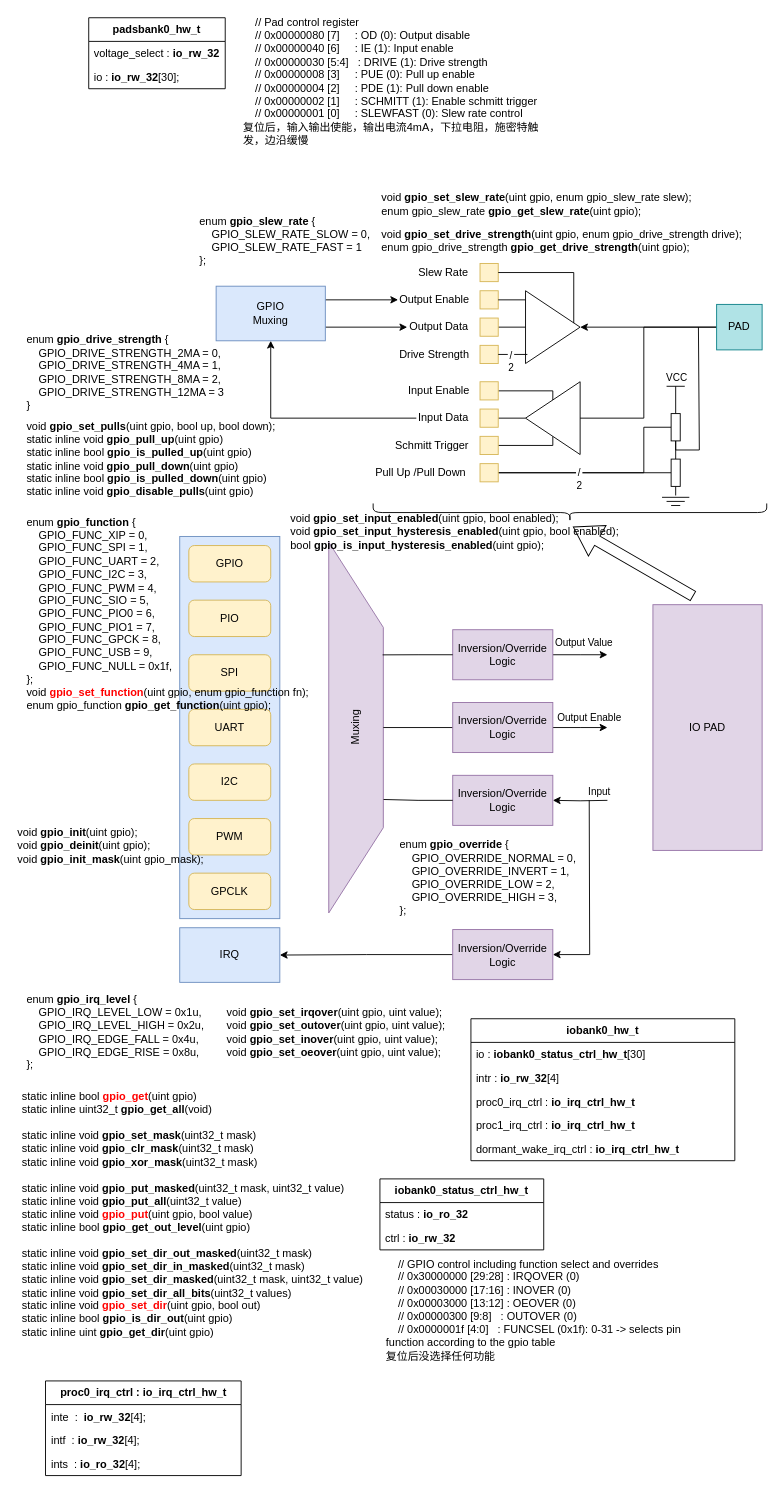
This is rp2040.drawio from f23505106/drawio, a draw.io file, before an edit. Source tidied: cells renumbered, new cells numbered last; positions are measured from the earlier drawing's top-left corner, leaving out a move shared by most shapes. Both pictures are drawn from the tidied source at 91%, with x=0, y=0 at pixel (15, 17).
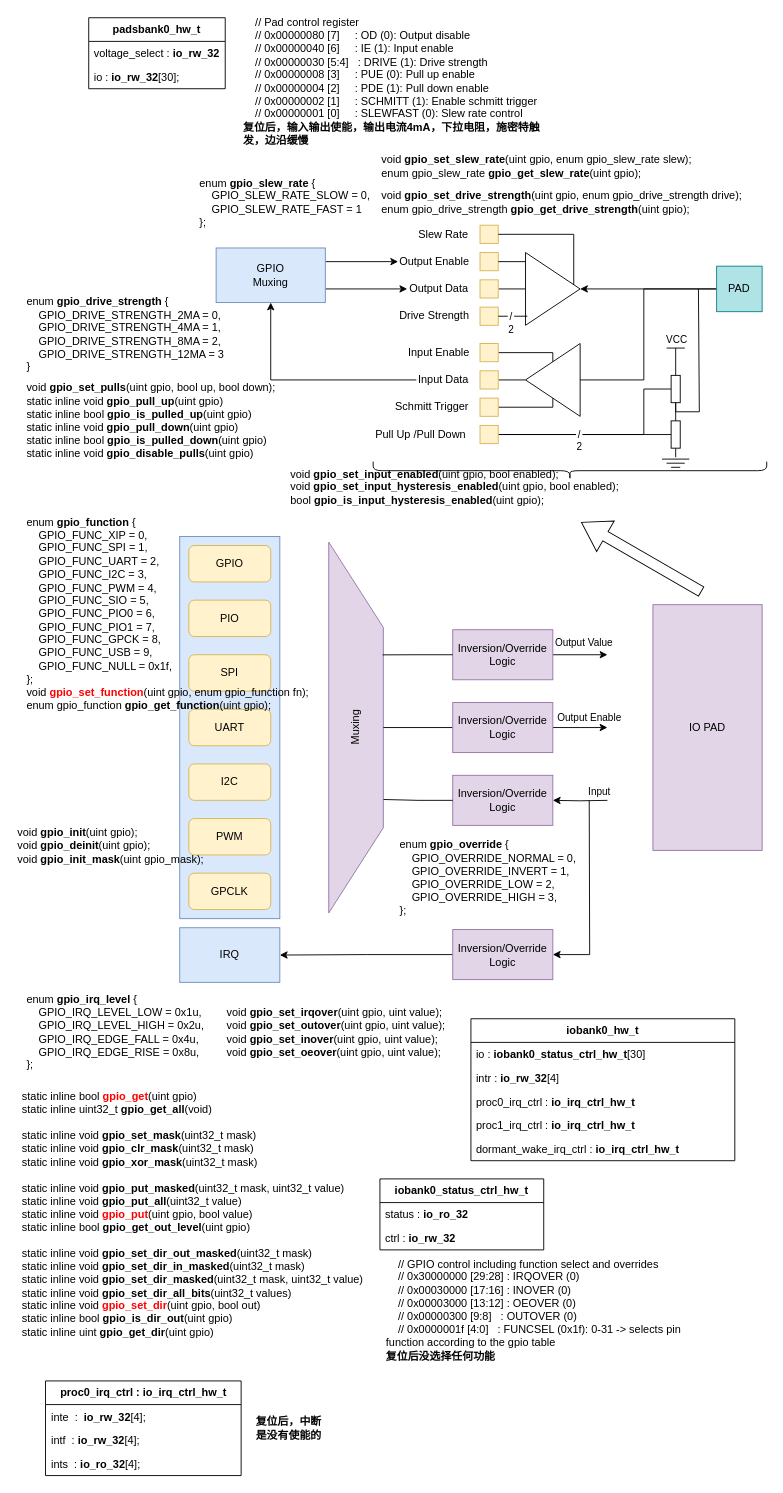
After the change.

Diff of the diagram source:
```diff
@@
     <mxCell id="33" value="GPIO&lt;br&gt;Muxing" style="rounded=0;whiteSpace=wrap;html=1;fillColor=#dae8fc;strokeColor=#6c8ebf;" parent="1" vertex="1">
-      <mxGeometry x="220" y="295" width="120" height="60" as="geometry" />
+      <mxGeometry x="220" y="253" width="120" height="60" as="geometry" />
     </mxCell>
     <mxCell id="34" style="triangle;whiteSpace=wrap;html=1;" parent="1" vertex="1">
-      <mxGeometry x="560" y="300" width="60" height="80" as="geometry" />
+      <mxGeometry x="560" y="258" width="60" height="80" as="geometry" />
     </mxCell>
     <mxCell id="35" style="rounded=0;whiteSpace=wrap;html=1;fillColor=#fff2cc;strokeColor=#d6b656;" parent="1" vertex="1">
-      <mxGeometry x="510" y="270" width="20" height="20" as="geometry" />
+      <mxGeometry x="510" y="228" width="20" height="20" as="geometry" />
     </mxCell>
     <mxCell id="36" style="rounded=0;whiteSpace=wrap;html=1;fillColor=#fff2cc;strokeColor=#d6b656;" parent="1" vertex="1">
-      <mxGeometry x="510" y="300" width="20" height="20" as="geometry" />
+      <mxGeometry x="510" y="258" width="20" height="20" as="geometry" />
     </mxCell>
@@
     <mxCell id="38" style="rounded=0;whiteSpace=wrap;html=1;fillColor=#fff2cc;strokeColor=#d6b656;" parent="1" vertex="1">
-      <mxGeometry x="510" y="330" width="20" height="20" as="geometry" />
+      <mxGeometry x="510" y="288" width="20" height="20" as="geometry" />
     </mxCell>
     <mxCell id="39" style="rounded=0;whiteSpace=wrap;html=1;fillColor=#fff2cc;strokeColor=#d6b656;" parent="1" vertex="1">
-      <mxGeometry x="510" y="360" width="20" height="20" as="geometry" />
+      <mxGeometry x="510" y="318" width="20" height="20" as="geometry" />
     </mxCell>
@@
     <mxCell id="44" value="Slew Rate" style="text;html=1;strokeColor=none;fillColor=none;align=center;verticalAlign=middle;whiteSpace=wrap;rounded=0;" parent="1" vertex="1">
-      <mxGeometry x="440" y="270" width="60" height="20" as="geometry" />
+      <mxGeometry x="440" y="228" width="60" height="20" as="geometry" />
     </mxCell>
     <mxCell id="45" value="Output Enable" style="text;html=1;strokeColor=none;fillColor=none;align=center;verticalAlign=middle;whiteSpace=wrap;rounded=0;" parent="1" vertex="1">
-      <mxGeometry x="420" y="300" width="80" height="20" as="geometry" />
+      <mxGeometry x="420" y="258" width="80" height="20" as="geometry" />
     </mxCell>
     <mxCell id="46" value="Output Data" style="text;html=1;strokeColor=none;fillColor=none;align=center;verticalAlign=middle;whiteSpace=wrap;rounded=0;" parent="1" vertex="1">
-      <mxGeometry x="430" y="330" width="70" height="20" as="geometry" />
+      <mxGeometry x="430" y="288" width="70" height="20" as="geometry" />
     </mxCell>
     <mxCell id="47" value="Drive Strength" style="text;html=1;strokeColor=none;fillColor=none;align=center;verticalAlign=middle;whiteSpace=wrap;rounded=0;" parent="1" vertex="1">
-      <mxGeometry x="420" y="360" width="80" height="20" as="geometry" />
+      <mxGeometry x="420" y="318" width="80" height="20" as="geometry" />
     </mxCell>
     <mxCell id="48" style="edgeStyle=orthogonalEdgeStyle;rounded=0;jettySize=auto;html=1;exitX=0.5;exitY=1;exitDx=0;exitDy=0;entryX=1;entryY=0.5;entryDx=0;entryDy=0;endArrow=none;endFill=0;" parent="1" edge="1" source="51" target="57">
       <mxGeometry relative="1" as="geometry">
         <Array as="points">
-          <mxPoint x="590" y="410" />
+          <mxPoint x="590" y="368" />
         </Array>
       </mxGeometry>
     </mxCell>
     <mxCell id="49" style="edgeStyle=orthogonalEdgeStyle;rounded=0;jettySize=auto;html=1;exitX=0.5;exitY=0;exitDx=0;exitDy=0;entryX=1;entryY=0.5;entryDx=0;entryDy=0;endArrow=none;endFill=0;" parent="1" edge="1" source="51" target="55">
       <mxGeometry relative="1" as="geometry">
         <Array as="points">
-          <mxPoint x="590" y="470" />
+          <mxPoint x="590" y="428" />
         </Array>
       </mxGeometry>
     </mxCell>
@@
     <mxCell id="51" style="triangle;whiteSpace=wrap;html=1;rotation=-180;" parent="1" vertex="1">
-      <mxGeometry x="560" y="400" width="60" height="80" as="geometry" />
+      <mxGeometry x="560" y="358" width="60" height="80" as="geometry" />
     </mxCell>
@@
     <mxCell id="53" style="edgeStyle=orthogonalEdgeStyle;rounded=0;jettySize=auto;html=1;exitX=0;exitY=0.5;exitDx=0;exitDy=0;entryX=0;entryY=0.5;entryDx=0;entryDy=0;endArrow=none;endFill=0;" parent="1" edge="1" source="54" target="51">
       <mxGeometry relative="1" as="geometry">
         <Array as="points">
-          <mxPoint x="690" y="340" />
-          <mxPoint x="690" y="440" />
+          <mxPoint x="690" y="298" />
+          <mxPoint x="690" y="398" />
         </Array>
       </mxGeometry>
     </mxCell>
     <mxCell id="54" value="PAD" style="rounded=0;whiteSpace=wrap;html=1;fillColor=#b0e3e6;strokeColor=#0e8088;" parent="1" vertex="1">
-      <mxGeometry x="770" y="315" width="50" height="50" as="geometry" />
+      <mxGeometry x="770" y="273" width="50" height="50" as="geometry" />
     </mxCell>
     <mxCell id="55" style="rounded=0;whiteSpace=wrap;html=1;fillColor=#fff2cc;strokeColor=#d6b656;" parent="1" vertex="1">
-      <mxGeometry x="510" y="460" width="20" height="20" as="geometry" />
+      <mxGeometry x="510" y="418" width="20" height="20" as="geometry" />
     </mxCell>
     <mxCell id="56" style="rounded=0;whiteSpace=wrap;html=1;fillColor=#fff2cc;strokeColor=#d6b656;" parent="1" vertex="1">
-      <mxGeometry x="510" y="430" width="20" height="20" as="geometry" />
+      <mxGeometry x="510" y="388" width="20" height="20" as="geometry" />
     </mxCell>
     <mxCell id="57" style="rounded=0;whiteSpace=wrap;html=1;fillColor=#fff2cc;strokeColor=#d6b656;" parent="1" vertex="1">
-      <mxGeometry x="510" y="400" width="20" height="20" as="geometry" />
+      <mxGeometry x="510" y="358" width="20" height="20" as="geometry" />
     </mxCell>
     <mxCell id="58" value="Schmitt Trigger" style="text;html=1;strokeColor=none;fillColor=none;align=center;verticalAlign=middle;whiteSpace=wrap;rounded=0;" parent="1" vertex="1">
-      <mxGeometry x="415" y="460" width="85" height="20" as="geometry" />
+      <mxGeometry x="415" y="418" width="85" height="20" as="geometry" />
     </mxCell>
@@
     <mxCell id="60" value="Input Data" style="text;html=1;strokeColor=none;fillColor=none;align=center;verticalAlign=middle;whiteSpace=wrap;rounded=0;" parent="1" vertex="1">
-      <mxGeometry x="440" y="430" width="60" height="20" as="geometry" />
+      <mxGeometry x="440" y="388" width="60" height="20" as="geometry" />
     </mxCell>
     <mxCell id="61" value="Input Enable" style="text;html=1;strokeColor=none;fillColor=none;align=center;verticalAlign=middle;whiteSpace=wrap;rounded=0;" parent="1" vertex="1">
-      <mxGeometry x="430" y="400" width="70" height="20" as="geometry" />
+      <mxGeometry x="430" y="358" width="70" height="20" as="geometry" />
     </mxCell>
@@
     <mxCell id="63" style="edgeStyle=orthogonalEdgeStyle;rounded=0;jettySize=auto;html=1;exitX=1;exitY=0.5;exitDx=0;exitDy=0;entryX=0;entryY=0.5;entryDx=0;entryDy=0;endArrow=none;endFill=0;" parent="1" edge="1" source="65" target="76">
       <mxGeometry relative="1" as="geometry">
         <Array as="points">
-          <mxPoint x="690" y="500" />
-          <mxPoint x="690" y="450" />
+          <mxPoint x="690" y="458" />
+          <mxPoint x="690" y="408" />
         </Array>
       </mxGeometry>
     </mxCell>
@@
     <mxCell id="65" style="rounded=0;whiteSpace=wrap;html=1;fillColor=#fff2cc;strokeColor=#d6b656;" parent="1" vertex="1">
-      <mxGeometry x="510" y="490" width="20" height="20" as="geometry" />
+      <mxGeometry x="510" y="448" width="20" height="20" as="geometry" />
     </mxCell>
     <mxCell id="66" value="Pull Up /Pull Down" style="text;html=1;strokeColor=none;fillColor=none;align=center;verticalAlign=middle;whiteSpace=wrap;rounded=0;" parent="1" vertex="1">
-      <mxGeometry x="390" y="490" width="110" height="20" as="geometry" />
+      <mxGeometry x="390" y="448" width="110" height="20" as="geometry" />
     </mxCell>
@@
     <mxCell id="68" style="edgeStyle=orthogonalEdgeStyle;rounded=0;jettySize=auto;html=1;exitX=0.5;exitY=1;exitDx=0;exitDy=0;endArrow=none;endFill=0;" parent="1" edge="1" source="69">
       <mxGeometry relative="1" as="geometry">
-        <mxPoint x="725" y="525" as="targetPoint" />
+        <mxPoint x="725" y="483" as="targetPoint" />
       </mxGeometry>
     </mxCell>
     <mxCell id="69" style="rounded=0;whiteSpace=wrap;html=1;" parent="1" vertex="1">
-      <mxGeometry x="720" y="485" width="10" height="30" as="geometry" />
+      <mxGeometry x="720" y="443" width="10" height="30" as="geometry" />
     </mxCell>
     <mxCell id="70" style="group;flipV=1;" parent="1" vertex="1">
-      <mxGeometry x="710" y="527" width="30" height="9" as="geometry" />
+      <mxGeometry x="710" y="485" width="30" height="9" as="geometry" />
     </mxCell>
@@
     <mxCell id="74" style="edgeStyle=orthogonalEdgeStyle;rounded=0;orthogonalLoop=1;jettySize=auto;html=1;exitX=0.5;exitY=1;exitDx=0;exitDy=0;endArrow=none;endFill=0;" parent="1" edge="1">
       <mxGeometry relative="1" as="geometry">
-        <mxPoint x="725" y="460" as="sourcePoint" />
-        <mxPoint x="750" y="340" as="targetPoint" />
+        <mxPoint x="725" y="418" as="sourcePoint" />
+        <mxPoint x="750" y="298" as="targetPoint" />
         <Array as="points">
-          <mxPoint x="725" y="475" />
-          <mxPoint x="751" y="475" />
+          <mxPoint x="725" y="433" />
+          <mxPoint x="751" y="433" />
         </Array>
       </mxGeometry>
     </mxCell>
     <mxCell id="75" style="edgeStyle=orthogonalEdgeStyle;rounded=0;jettySize=auto;html=1;exitX=0.5;exitY=0;exitDx=0;exitDy=0;endArrow=none;endFill=0;" parent="1" edge="1" source="76">
       <mxGeometry relative="1" as="geometry">
-        <mxPoint x="725" y="405" as="targetPoint" />
+        <mxPoint x="725" y="363" as="targetPoint" />
       </mxGeometry>
     </mxCell>
     <mxCell id="76" style="rounded=0;whiteSpace=wrap;html=1;" parent="1" vertex="1">
-      <mxGeometry x="720" y="435" width="10" height="30" as="geometry" />
+      <mxGeometry x="720" y="393" width="10" height="30" as="geometry" />
     </mxCell>
     <mxCell id="77" style="endArrow=none;html=1;rounded=0;" parent="1" edge="1">
       <mxGeometry relative="1" as="geometry">
-        <mxPoint x="715" y="405" as="sourcePoint" />
-        <mxPoint x="735" y="405" as="targetPoint" />
+        <mxPoint x="715" y="363" as="sourcePoint" />
+        <mxPoint x="735" y="363" as="targetPoint" />
       </mxGeometry>
     </mxCell>
@@
     <mxCell id="79" style="shape=curlyBracket;whiteSpace=wrap;html=1;rounded=1;labelPosition=left;verticalLabelPosition=middle;align=right;verticalAlign=middle;rotation=-90;" parent="1" vertex="1">
-      <mxGeometry x="598.8" y="327.5" width="20" height="432.5" as="geometry" />
+      <mxGeometry x="598.8" y="281.5" width="20" height="432.5" as="geometry" />
     </mxCell>
     <mxCell id="80" style="shape=singleArrow;direction=north;whiteSpace=wrap;html=1;rotation=-60;" parent="1" vertex="1">
-      <mxGeometry x="658.9" y="521.6" width="38.7" height="151.8" as="geometry" />
+      <mxGeometry x="667.9" y="516.6" width="38.7" height="151.8" as="geometry" />
     </mxCell>
     <mxCell id="81" value="&lt;div&gt;enum &lt;b&gt;gpio_drive_strength&lt;/b&gt; {&lt;/div&gt;&lt;div&gt;&amp;nbsp; &amp;nbsp; GPIO_DRIVE_STRENGTH_2MA = 0,&lt;/div&gt;&lt;div&gt;&amp;nbsp; &amp;nbsp; GPIO_DRIVE_STRENGTH_4MA = 1,&amp;nbsp;&lt;/div&gt;&lt;div&gt;&amp;nbsp; &amp;nbsp; GPIO_DRIVE_STRENGTH_8MA = 2,&lt;/div&gt;&lt;div&gt;&amp;nbsp; &amp;nbsp; GPIO_DRIVE_STRENGTH_12MA = 3&amp;nbsp;&lt;/div&gt;&lt;div&gt;}&lt;/div&gt;" style="text;html=1;strokeColor=none;fillColor=none;align=left;verticalAlign=middle;whiteSpace=wrap;rounded=0;" parent="1" vertex="1">
-      <mxGeometry x="10" y="345" width="230" height="90" as="geometry" />
+      <mxGeometry x="10" y="303" width="230" height="90" as="geometry" />
     </mxCell>
     <mxCell id="82" value="&lt;div&gt;enum &lt;b&gt;gpio_slew_rate&lt;/b&gt; {&lt;/div&gt;&lt;div&gt;&amp;nbsp; &amp;nbsp; GPIO_SLEW_RATE_SLOW = 0,&lt;/div&gt;&lt;div&gt;&amp;nbsp; &amp;nbsp; GPIO_SLEW_RATE_FAST = 1&lt;/div&gt;&lt;div&gt;};&lt;/div&gt;" style="text;html=1;strokeColor=none;fillColor=none;align=left;verticalAlign=middle;whiteSpace=wrap;rounded=0;" parent="1" vertex="1">
-      <mxGeometry x="200" y="230" width="200" height="30" as="geometry" />
+      <mxGeometry x="200" y="188" width="200" height="30" as="geometry" />
     </mxCell>
     <mxCell id="83" value="void &lt;b&gt;gpio_set_pulls&lt;/b&gt;(uint gpio, bool up, bool down);&lt;br&gt;static inline void &lt;b&gt;gpio_pull_up&lt;/b&gt;(uint gpio)&lt;br&gt;static inline bool &lt;b&gt;gpio_is_pulled_up&lt;/b&gt;(uint gpio)&lt;br&gt;static inline void &lt;b&gt;gpio_pull_down&lt;/b&gt;(uint gpio)&lt;br&gt;static inline bool &lt;b&gt;gpio_is_pulled_down&lt;/b&gt;(uint gpio)&lt;br&gt;static inline void &lt;b&gt;gpio_disable_pulls&lt;/b&gt;(uint gpio)" style="text;html=1;strokeColor=none;fillColor=none;align=left;verticalAlign=middle;whiteSpace=wrap;rounded=0;" parent="1" vertex="1">
-      <mxGeometry x="10" y="450" width="280" height="70" as="geometry" />
+      <mxGeometry x="10" y="408" width="280" height="70" as="geometry" />
     </mxCell>
@@
     <mxCell id="85" value="&lt;div&gt;void &lt;b&gt;gpio_set_input_enabled&lt;/b&gt;(uint gpio, bool enabled);&lt;/div&gt;&lt;div&gt;void &lt;b&gt;gpio_set_input_hysteresis_enabled&lt;/b&gt;(uint gpio, bool enabled);&lt;/div&gt;&lt;div style=&quot;&quot;&gt;bool &lt;b&gt;gpio_is_input_hysteresis_enabled&lt;/b&gt;(uint gpio);&lt;/div&gt;" style="text;html=1;strokeColor=none;fillColor=none;align=left;verticalAlign=middle;whiteSpace=wrap;rounded=0;" parent="1" vertex="1">
-      <mxGeometry x="300" y="550" width="380" height="30" as="geometry" />
+      <mxGeometry x="300" y="501" width="380" height="30" as="geometry" />
     </mxCell>
     <mxCell id="86" value="&lt;div&gt;void &lt;b&gt;gpio_set_slew_rate&lt;/b&gt;(uint gpio, enum gpio_slew_rate slew);&lt;/div&gt;&lt;div&gt;enum gpio_slew_rate &lt;b&gt;gpio_get_slew_rate&lt;/b&gt;(uint gpio);&lt;/div&gt;" style="text;html=1;strokeColor=none;fillColor=none;align=left;verticalAlign=middle;whiteSpace=wrap;rounded=0;" parent="1" vertex="1">
-      <mxGeometry x="400" y="190" width="380" height="30" as="geometry" />
+      <mxGeometry x="400" y="148" width="380" height="30" as="geometry" />
     </mxCell>
     <mxCell id="87" value="&lt;div&gt;void &lt;b&gt;gpio_set_drive_strength&lt;/b&gt;(uint gpio, enum gpio_drive_strength drive);&lt;/div&gt;&lt;div&gt;enum gpio_drive_strength &lt;b&gt;gpio_get_drive_strength&lt;/b&gt;(uint gpio);&lt;/div&gt;" style="text;html=1;strokeColor=none;fillColor=none;align=left;verticalAlign=middle;whiteSpace=wrap;rounded=0;" parent="1" vertex="1">
-      <mxGeometry x="400" y="230" width="400" height="30" as="geometry" />
+      <mxGeometry x="400" y="188" width="400" height="30" as="geometry" />
     </mxCell>
@@
-    <mxCell id="103" value="&lt;div&gt;&amp;nbsp; &amp;nbsp; // GPIO control including function select and overrides&lt;/div&gt;&lt;div&gt;&amp;nbsp; &amp;nbsp; // 0x30000000 [29:28] : IRQOVER (0)&lt;/div&gt;&lt;div&gt;&amp;nbsp; &amp;nbsp; // 0x00030000 [17:16] : INOVER (0)&lt;/div&gt;&lt;div&gt;&amp;nbsp; &amp;nbsp; // 0x00003000 [13:12] : OEOVER (0)&lt;/div&gt;&lt;div&gt;&amp;nbsp; &amp;nbsp; // 0x00000300 [9:8]&amp;nbsp; &amp;nbsp;: OUTOVER (0)&lt;/div&gt;&lt;div&gt;&amp;nbsp; &amp;nbsp; // 0x0000001f [4:0]&amp;nbsp; &amp;nbsp;: FUNCSEL (0x1f): 0-31 -&amp;gt; selects pin function according to the gpio table&lt;/div&gt;&lt;div&gt;复位后没选择任何功能&lt;/div&gt;" style="text;html=1;strokeColor=none;fillColor=none;align=left;verticalAlign=middle;whiteSpace=wrap;rounded=0;" parent="1" vertex="1">
+    <mxCell id="103" value="&lt;div&gt;&amp;nbsp; &amp;nbsp; // GPIO control including function select and overrides&lt;/div&gt;&lt;div&gt;&amp;nbsp; &amp;nbsp; // 0x30000000 [29:28] : IRQOVER (0)&lt;/div&gt;&lt;div&gt;&amp;nbsp; &amp;nbsp; // 0x00030000 [17:16] : INOVER (0)&lt;/div&gt;&lt;div&gt;&amp;nbsp; &amp;nbsp; // 0x00003000 [13:12] : OEOVER (0)&lt;/div&gt;&lt;div&gt;&amp;nbsp; &amp;nbsp; // 0x00000300 [9:8]&amp;nbsp; &amp;nbsp;: OUTOVER (0)&lt;/div&gt;&lt;div&gt;&amp;nbsp; &amp;nbsp; // 0x0000001f [4:0]&amp;nbsp; &amp;nbsp;: FUNCSEL (0x1f): 0-31 -&amp;gt; selects pin function according to the gpio table&lt;/div&gt;&lt;div&gt;&lt;b&gt;复位后没选择任何功能&lt;/b&gt;&lt;/div&gt;" style="text;html=1;strokeColor=none;fillColor=none;align=left;verticalAlign=middle;whiteSpace=wrap;rounded=0;" parent="1" vertex="1">
       <mxGeometry x="405" y="1370" width="370" height="100" as="geometry" />
     </mxCell>
@@
-    <mxCell id="107" value="&lt;div&gt;&amp;nbsp; &amp;nbsp; // Pad control register&lt;/div&gt;&lt;div&gt;&amp;nbsp; &amp;nbsp; // 0x00000080 [7]&amp;nbsp; &amp;nbsp; &amp;nbsp;: OD (0): Output disable&lt;/div&gt;&lt;div&gt;&amp;nbsp; &amp;nbsp; // 0x00000040 [6]&amp;nbsp; &amp;nbsp; &amp;nbsp;: IE (1): Input enable&lt;/div&gt;&lt;div&gt;&amp;nbsp; &amp;nbsp; // 0x00000030 [5:4]&amp;nbsp; &amp;nbsp;: DRIVE (1): Drive strength&lt;/div&gt;&lt;div&gt;&amp;nbsp; &amp;nbsp; // 0x00000008 [3]&amp;nbsp; &amp;nbsp; &amp;nbsp;: PUE (0): Pull up enable&lt;/div&gt;&lt;div&gt;&amp;nbsp; &amp;nbsp; // 0x00000004 [2]&amp;nbsp; &amp;nbsp; &amp;nbsp;: PDE (1): Pull down enable&lt;/div&gt;&lt;div&gt;&amp;nbsp; &amp;nbsp; // 0x00000002 [1]&amp;nbsp; &amp;nbsp; &amp;nbsp;: SCHMITT (1): Enable schmitt trigger&lt;/div&gt;&lt;div&gt;&amp;nbsp; &amp;nbsp; // 0x00000001 [0]&amp;nbsp; &amp;nbsp; &amp;nbsp;: SLEWFAST (0): Slew rate control&lt;/div&gt;&lt;div&gt;复位后，输入输出使能，输出电流4mA，下拉电阻，施密特触发，边沿缓慢&lt;/div&gt;" style="text;html=1;strokeColor=none;fillColor=none;align=left;verticalAlign=middle;whiteSpace=wrap;rounded=0;" parent="1" vertex="1">
+    <mxCell id="107" value="&lt;div&gt;&amp;nbsp; &amp;nbsp; // Pad control register&lt;/div&gt;&lt;div&gt;&amp;nbsp; &amp;nbsp; // 0x00000080 [7]&amp;nbsp; &amp;nbsp; &amp;nbsp;: OD (0): Output disable&lt;/div&gt;&lt;div&gt;&amp;nbsp; &amp;nbsp; // 0x00000040 [6]&amp;nbsp; &amp;nbsp; &amp;nbsp;: IE (1): Input enable&lt;/div&gt;&lt;div&gt;&amp;nbsp; &amp;nbsp; // 0x00000030 [5:4]&amp;nbsp; &amp;nbsp;: DRIVE (1): Drive strength&lt;/div&gt;&lt;div&gt;&amp;nbsp; &amp;nbsp; // 0x00000008 [3]&amp;nbsp; &amp;nbsp; &amp;nbsp;: PUE (0): Pull up enable&lt;/div&gt;&lt;div&gt;&amp;nbsp; &amp;nbsp; // 0x00000004 [2]&amp;nbsp; &amp;nbsp; &amp;nbsp;: PDE (1): Pull down enable&lt;/div&gt;&lt;div&gt;&amp;nbsp; &amp;nbsp; // 0x00000002 [1]&amp;nbsp; &amp;nbsp; &amp;nbsp;: SCHMITT (1): Enable schmitt trigger&lt;/div&gt;&lt;div&gt;&amp;nbsp; &amp;nbsp; // 0x00000001 [0]&amp;nbsp; &amp;nbsp; &amp;nbsp;: SLEWFAST (0): Slew rate control&lt;/div&gt;&lt;div&gt;&lt;b&gt;复位后，输入输出使能，输出电流4mA，下拉电阻，施密特触发，边沿缓慢&lt;/b&gt;&lt;/div&gt;" style="text;html=1;strokeColor=none;fillColor=none;align=left;verticalAlign=middle;whiteSpace=wrap;rounded=0;" parent="1" vertex="1">
       <mxGeometry x="247.5" y="10" width="330" height="120" as="geometry" />
     </mxCell>
+    <mxCell id="108" value="&lt;b&gt;复位后，中断是没有使能的&lt;/b&gt;" style="text;html=1;strokeColor=none;fillColor=none;align=center;verticalAlign=middle;whiteSpace=wrap;rounded=0;" parent="1" vertex="1">
+      <mxGeometry x="260" y="1525" width="80" height="50" as="geometry" />
+    </mxCell>
```
